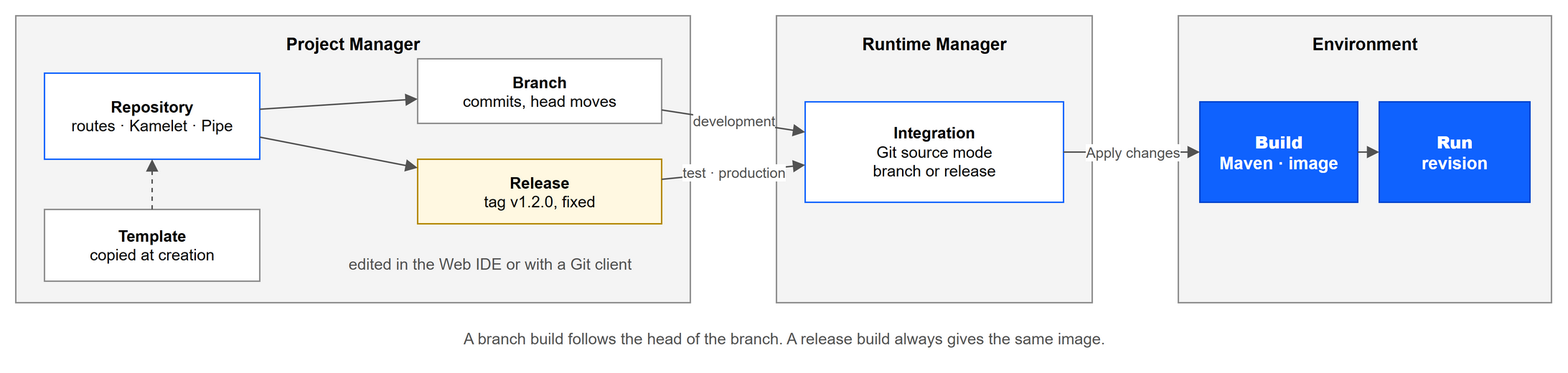
This is static/img/projects/source-to-runtime.drawio.png from cml-x/docs, a draw.io export, as it was before one commit. Source tidied: cells renumbered, new cells last; positions are measured from the earlier drawing's top-left corner, leaving out a move shared by most shapes. The source it was exported from:
```xml
<mxGraphModel>
  <root>
    <mxCell id="0" />
    <mxCell id="1" parent="0" />
    <mxCell id="2" value="Project Manager" style="rounded=0;whiteSpace=wrap;html=1;fillColor=#f4f4f4;strokeColor=#8d8d8d;verticalAlign=top;fontSize=12;fontStyle=1;spacingTop=6;" parent="1" vertex="1">
      <mxGeometry width="470" height="200" as="geometry" />
    </mxCell>
    <mxCell id="3" value="&lt;b&gt;Repository&lt;/b&gt;&lt;br&gt;routes · Kamelet · Pipe" style="rounded=0;whiteSpace=wrap;html=1;fillColor=#ffffff;strokeColor=#0f62fe;fontSize=11;" parent="1" vertex="1">
      <mxGeometry x="20" y="40" width="150" height="60" as="geometry" />
    </mxCell>
    <mxCell id="4" value="&lt;b&gt;Branch&lt;/b&gt;&lt;br&gt;commits, head moves" style="rounded=0;whiteSpace=wrap;html=1;fillColor=#ffffff;strokeColor=#8d8d8d;fontSize=11;" parent="1" vertex="1">
      <mxGeometry x="280" y="30" width="170" height="45" as="geometry" />
    </mxCell>
    <mxCell id="5" value="&lt;b&gt;Release&lt;/b&gt;&lt;br&gt;tag v1.2.0, fixed" style="rounded=0;whiteSpace=wrap;html=1;fillColor=#fff8e1;strokeColor=#b28600;fontSize=11;" parent="1" vertex="1">
      <mxGeometry x="280" y="100" width="170" height="45" as="geometry" />
    </mxCell>
    <mxCell id="6" value="edited in the Web IDE or with a Git client" style="text;html=1;align=center;verticalAlign=middle;fontSize=11;fontColor=#525252;" parent="1" vertex="1">
      <mxGeometry x="200" y="160" width="260" height="26" as="geometry" />
    </mxCell>
    <mxCell id="7" value="&lt;b&gt;Template&lt;/b&gt;&lt;br&gt;copied at creation" style="rounded=0;whiteSpace=wrap;html=1;fillColor=#ffffff;strokeColor=#8d8d8d;fontSize=11;" parent="1" vertex="1">
      <mxGeometry x="20" y="135" width="150" height="50" as="geometry" />
    </mxCell>
    <mxCell id="8" value="Runtime Manager" style="rounded=0;whiteSpace=wrap;html=1;fillColor=#f4f4f4;strokeColor=#8d8d8d;verticalAlign=top;fontSize=12;fontStyle=1;spacingTop=6;" parent="1" vertex="1">
      <mxGeometry x="530" width="220" height="200" as="geometry" />
    </mxCell>
    <mxCell id="9" value="&lt;b&gt;Integration&lt;/b&gt;&lt;br&gt;Git source mode&lt;br&gt;branch or release" style="rounded=0;whiteSpace=wrap;html=1;fillColor=#ffffff;strokeColor=#0f62fe;fontSize=11;" parent="1" vertex="1">
      <mxGeometry x="550" y="60" width="180" height="70" as="geometry" />
    </mxCell>
    <mxCell id="10" value="Environment" style="rounded=0;whiteSpace=wrap;html=1;fillColor=#f4f4f4;strokeColor=#8d8d8d;verticalAlign=top;fontSize=12;fontStyle=1;spacingTop=6;" parent="1" vertex="1">
      <mxGeometry x="810" width="260" height="200" as="geometry" />
    </mxCell>
    <mxCell id="11" value="&lt;b&gt;Build&lt;/b&gt;&lt;br&gt;Maven · image" style="rounded=0;whiteSpace=wrap;html=1;fillColor=#0f62fe;strokeColor=#0043ce;fontColor=#ffffff;fontSize=12;fontStyle=1;" parent="1" vertex="1">
      <mxGeometry x="825" y="60" width="110" height="70" as="geometry" />
    </mxCell>
    <mxCell id="12" value="&lt;b&gt;Run&lt;/b&gt;&lt;br&gt;revision" style="rounded=0;whiteSpace=wrap;html=1;fillColor=#0f62fe;strokeColor=#0043ce;fontColor=#ffffff;fontSize=12;fontStyle=1;" parent="1" vertex="1">
      <mxGeometry x="950" y="60" width="105" height="70" as="geometry" />
    </mxCell>
    <mxCell id="13" style="endArrow=block;html=1;rounded=0;strokeColor=#525252;fontSize=10;fontColor=#525252;labelBackgroundColor=#ffffff;" parent="1" edge="1" source="3" target="4">
      <mxGeometry relative="1" as="geometry" />
    </mxCell>
    <mxCell id="14" style="endArrow=block;html=1;rounded=0;strokeColor=#525252;fontSize=10;fontColor=#525252;labelBackgroundColor=#ffffff;" parent="1" edge="1" source="3" target="5">
      <mxGeometry relative="1" as="geometry" />
    </mxCell>
    <mxCell id="15" style="endArrow=block;html=1;rounded=0;strokeColor=#525252;fontSize=10;fontColor=#525252;labelBackgroundColor=#ffffff;dashed=1;" parent="1" edge="1" source="7" target="3">
      <mxGeometry relative="1" as="geometry" />
    </mxCell>
    <mxCell id="16" value="development" style="endArrow=block;html=1;rounded=0;strokeColor=#525252;fontSize=10;fontColor=#525252;labelBackgroundColor=#ffffff;" parent="1" edge="1" source="4" target="9">
      <mxGeometry relative="1" as="geometry" />
    </mxCell>
    <mxCell id="17" value="test · production" style="endArrow=block;html=1;rounded=0;strokeColor=#525252;fontSize=10;fontColor=#525252;labelBackgroundColor=#ffffff;" parent="1" edge="1" source="5" target="9">
      <mxGeometry relative="1" as="geometry" />
    </mxCell>
    <mxCell id="18" value="Apply changes" style="endArrow=block;html=1;rounded=0;strokeColor=#525252;fontSize=10;fontColor=#525252;labelBackgroundColor=#ffffff;" parent="1" edge="1" source="9" target="11">
      <mxGeometry relative="1" as="geometry" />
    </mxCell>
    <mxCell id="19" style="endArrow=block;html=1;rounded=0;strokeColor=#525252;fontSize=10;fontColor=#525252;labelBackgroundColor=#ffffff;" parent="1" edge="1" source="11" target="12">
      <mxGeometry relative="1" as="geometry" />
    </mxCell>
    <mxCell id="20" value="A branch build follows the head of the branch. A release build always gives the same image." style="text;html=1;align=center;verticalAlign=middle;fontSize=11;fontColor=#525252;" parent="1" vertex="1">
      <mxGeometry y="212" width="1070" height="26" as="geometry" />
    </mxCell>
  </root>
</mxGraphModel>
```
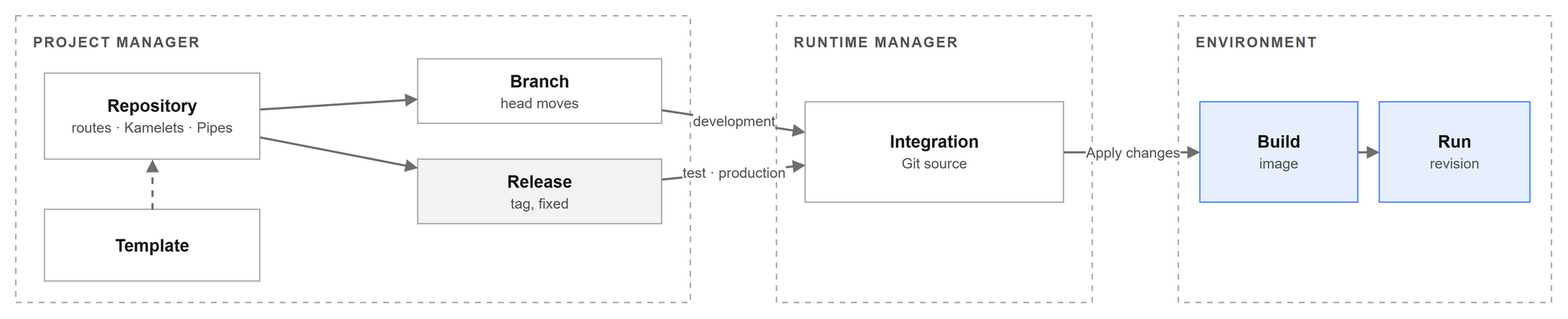
After the commit.

The edit, as a diff of the source:
```diff
@@ -1,63 +1,57 @@
-<mxGraphModel>
+<mxGraphModel background="#FFFFFF">
   <root>
     <mxCell id="0" />
     <mxCell id="1" parent="0" />
-    <mxCell id="2" value="Project Manager" style="rounded=0;whiteSpace=wrap;html=1;fillColor=#f4f4f4;strokeColor=#8d8d8d;verticalAlign=top;fontSize=12;fontStyle=1;spacingTop=6;" parent="1" vertex="1">
+    <mxCell id="2" value="&lt;span style=&quot;font-size:10px;color:#525252;letter-spacing:1px&quot;&gt;&lt;b&gt;PROJECT MANAGER&lt;/b&gt;&lt;/span&gt;" style="rounded=0;whiteSpace=wrap;html=1;strokeWidth=1;fontColor=#161616;fontSize=12;fillColor=none;strokeColor=#A8A8A8;dashed=1;dashPattern=4 4;verticalAlign=top;align=left;spacingLeft=10;spacingTop=4;" parent="1" vertex="1">
       <mxGeometry width="470" height="200" as="geometry" />
     </mxCell>
-    <mxCell id="3" value="&lt;b&gt;Repository&lt;/b&gt;&lt;br&gt;routes · Kamelet · Pipe" style="rounded=0;whiteSpace=wrap;html=1;fillColor=#ffffff;strokeColor=#0f62fe;fontSize=11;" parent="1" vertex="1">
+    <mxCell id="3" value="&lt;b&gt;Repository&lt;/b&gt;&lt;br&gt;&lt;span style=&quot;font-size:10px;color:#525252&quot;&gt;routes · Kamelets · Pipes&lt;/span&gt;" style="rounded=0;whiteSpace=wrap;html=1;strokeWidth=1;fontColor=#161616;fontSize=12;fillColor=none;strokeColor=#8D8D8D;strokeOpacity=70;" parent="1" vertex="1">
       <mxGeometry x="20" y="40" width="150" height="60" as="geometry" />
     </mxCell>
-    <mxCell id="4" value="&lt;b&gt;Branch&lt;/b&gt;&lt;br&gt;commits, head moves" style="rounded=0;whiteSpace=wrap;html=1;fillColor=#ffffff;strokeColor=#8d8d8d;fontSize=11;" parent="1" vertex="1">
+    <mxCell id="4" value="&lt;b&gt;Branch&lt;/b&gt;&lt;br&gt;&lt;span style=&quot;font-size:10px;color:#525252&quot;&gt;head moves&lt;/span&gt;" style="rounded=0;whiteSpace=wrap;html=1;strokeWidth=1;fontColor=#161616;fontSize=12;fillColor=none;strokeColor=#8D8D8D;strokeOpacity=70;" parent="1" vertex="1">
       <mxGeometry x="280" y="30" width="170" height="45" as="geometry" />
     </mxCell>
-    <mxCell id="5" value="&lt;b&gt;Release&lt;/b&gt;&lt;br&gt;tag v1.2.0, fixed" style="rounded=0;whiteSpace=wrap;html=1;fillColor=#fff8e1;strokeColor=#b28600;fontSize=11;" parent="1" vertex="1">
+    <mxCell id="5" value="&lt;b&gt;Release&lt;/b&gt;&lt;br&gt;&lt;span style=&quot;font-size:10px;color:#525252&quot;&gt;tag, fixed&lt;/span&gt;" style="rounded=0;whiteSpace=wrap;html=1;strokeWidth=1;fontColor=#161616;fontSize=12;fillColor=#161616;fillOpacity=5;strokeColor=#8D8D8D;strokeOpacity=70;" parent="1" vertex="1">
       <mxGeometry x="280" y="100" width="170" height="45" as="geometry" />
     </mxCell>
-    <mxCell id="6" value="edited in the Web IDE or with a Git client" style="text;html=1;align=center;verticalAlign=middle;fontSize=11;fontColor=#525252;" parent="1" vertex="1">
-      <mxGeometry x="200" y="160" width="260" height="26" as="geometry" />
-    </mxCell>
-    <mxCell id="7" value="&lt;b&gt;Template&lt;/b&gt;&lt;br&gt;copied at creation" style="rounded=0;whiteSpace=wrap;html=1;fillColor=#ffffff;strokeColor=#8d8d8d;fontSize=11;" parent="1" vertex="1">
+    <mxCell id="7" value="&lt;b&gt;Template&lt;/b&gt;" style="rounded=0;whiteSpace=wrap;html=1;strokeWidth=1;fontColor=#161616;fontSize=12;fillColor=none;strokeColor=#8D8D8D;strokeOpacity=70;" parent="1" vertex="1">
       <mxGeometry x="20" y="135" width="150" height="50" as="geometry" />
     </mxCell>
-    <mxCell id="8" value="Runtime Manager" style="rounded=0;whiteSpace=wrap;html=1;fillColor=#f4f4f4;strokeColor=#8d8d8d;verticalAlign=top;fontSize=12;fontStyle=1;spacingTop=6;" parent="1" vertex="1">
+    <mxCell id="8" value="&lt;span style=&quot;font-size:10px;color:#525252;letter-spacing:1px&quot;&gt;&lt;b&gt;RUNTIME MANAGER&lt;/b&gt;&lt;/span&gt;" style="rounded=0;whiteSpace=wrap;html=1;strokeWidth=1;fontColor=#161616;fontSize=12;fillColor=none;strokeColor=#A8A8A8;dashed=1;dashPattern=4 4;verticalAlign=top;align=left;spacingLeft=10;spacingTop=4;" parent="1" vertex="1">
       <mxGeometry x="530" width="220" height="200" as="geometry" />
     </mxCell>
-    <mxCell id="9" value="&lt;b&gt;Integration&lt;/b&gt;&lt;br&gt;Git source mode&lt;br&gt;branch or release" style="rounded=0;whiteSpace=wrap;html=1;fillColor=#ffffff;strokeColor=#0f62fe;fontSize=11;" parent="1" vertex="1">
+    <mxCell id="9" value="&lt;b&gt;Integration&lt;/b&gt;&lt;br&gt;&lt;span style=&quot;font-size:10px;color:#525252&quot;&gt;Git source&lt;/span&gt;" style="rounded=0;whiteSpace=wrap;html=1;strokeWidth=1;fontColor=#161616;fontSize=12;fillColor=none;strokeColor=#8D8D8D;strokeOpacity=70;" parent="1" vertex="1">
       <mxGeometry x="550" y="60" width="180" height="70" as="geometry" />
     </mxCell>
-    <mxCell id="10" value="Environment" style="rounded=0;whiteSpace=wrap;html=1;fillColor=#f4f4f4;strokeColor=#8d8d8d;verticalAlign=top;fontSize=12;fontStyle=1;spacingTop=6;" parent="1" vertex="1">
+    <mxCell id="10" value="&lt;span style=&quot;font-size:10px;color:#525252;letter-spacing:1px&quot;&gt;&lt;b&gt;ENVIRONMENT&lt;/b&gt;&lt;/span&gt;" style="rounded=0;whiteSpace=wrap;html=1;strokeWidth=1;fontColor=#161616;fontSize=12;fillColor=none;strokeColor=#A8A8A8;dashed=1;dashPattern=4 4;verticalAlign=top;align=left;spacingLeft=10;spacingTop=4;" parent="1" vertex="1">
       <mxGeometry x="810" width="260" height="200" as="geometry" />
     </mxCell>
-    <mxCell id="11" value="&lt;b&gt;Build&lt;/b&gt;&lt;br&gt;Maven · image" style="rounded=0;whiteSpace=wrap;html=1;fillColor=#0f62fe;strokeColor=#0043ce;fontColor=#ffffff;fontSize=12;fontStyle=1;" parent="1" vertex="1">
+    <mxCell id="11" value="&lt;b&gt;Build&lt;/b&gt;&lt;br&gt;&lt;span style=&quot;font-size:10px;color:#525252&quot;&gt;image&lt;/span&gt;" style="rounded=0;whiteSpace=wrap;html=1;strokeWidth=1;fontColor=#161616;fontSize=12;fillColor=#0F62FE;fillOpacity=10;strokeColor=#0F62FE;strokeOpacity=70;" parent="1" vertex="1">
       <mxGeometry x="825" y="60" width="110" height="70" as="geometry" />
     </mxCell>
-    <mxCell id="12" value="&lt;b&gt;Run&lt;/b&gt;&lt;br&gt;revision" style="rounded=0;whiteSpace=wrap;html=1;fillColor=#0f62fe;strokeColor=#0043ce;fontColor=#ffffff;fontSize=12;fontStyle=1;" parent="1" vertex="1">
+    <mxCell id="12" value="&lt;b&gt;Run&lt;/b&gt;&lt;br&gt;&lt;span style=&quot;font-size:10px;color:#525252&quot;&gt;revision&lt;/span&gt;" style="rounded=0;whiteSpace=wrap;html=1;strokeWidth=1;fontColor=#161616;fontSize=12;fillColor=#0F62FE;fillOpacity=10;strokeColor=#0F62FE;strokeOpacity=70;" parent="1" vertex="1">
       <mxGeometry x="950" y="60" width="105" height="70" as="geometry" />
     </mxCell>
-    <mxCell id="13" style="endArrow=block;html=1;rounded=0;strokeColor=#525252;fontSize=10;fontColor=#525252;labelBackgroundColor=#ffffff;" parent="1" edge="1" source="3" target="4">
+    <mxCell id="13" style="endArrow=block;html=1;rounded=0;strokeColor=#6F6F6F;fontSize=10;fontColor=#525252;labelBackgroundColor=#FFFFFF;strokeWidth=1.5;endSize=5;" parent="1" edge="1" source="3" target="4">
       <mxGeometry relative="1" as="geometry" />
     </mxCell>
-    <mxCell id="14" style="endArrow=block;html=1;rounded=0;strokeColor=#525252;fontSize=10;fontColor=#525252;labelBackgroundColor=#ffffff;" parent="1" edge="1" source="3" target="5">
+    <mxCell id="14" style="endArrow=block;html=1;rounded=0;strokeColor=#6F6F6F;fontSize=10;fontColor=#525252;labelBackgroundColor=#FFFFFF;strokeWidth=1.5;endSize=5;" parent="1" edge="1" source="3" target="5">
       <mxGeometry relative="1" as="geometry" />
     </mxCell>
-    <mxCell id="15" style="endArrow=block;html=1;rounded=0;strokeColor=#525252;fontSize=10;fontColor=#525252;labelBackgroundColor=#ffffff;dashed=1;" parent="1" edge="1" source="7" target="3">
+    <mxCell id="15" style="endArrow=block;html=1;rounded=0;strokeColor=#6F6F6F;fontSize=10;fontColor=#525252;labelBackgroundColor=#FFFFFF;dashed=1;strokeWidth=1.5;endSize=5;" parent="1" edge="1" source="7" target="3">
       <mxGeometry relative="1" as="geometry" />
     </mxCell>
-    <mxCell id="16" value="development" style="endArrow=block;html=1;rounded=0;strokeColor=#525252;fontSize=10;fontColor=#525252;labelBackgroundColor=#ffffff;" parent="1" edge="1" source="4" target="9">
+    <mxCell id="16" value="development" style="endArrow=block;html=1;rounded=0;strokeColor=#6F6F6F;fontSize=10;fontColor=#525252;labelBackgroundColor=#FFFFFF;strokeWidth=1.5;endSize=5;" parent="1" edge="1" source="4" target="9">
       <mxGeometry relative="1" as="geometry" />
     </mxCell>
-    <mxCell id="17" value="test · production" style="endArrow=block;html=1;rounded=0;strokeColor=#525252;fontSize=10;fontColor=#525252;labelBackgroundColor=#ffffff;" parent="1" edge="1" source="5" target="9">
+    <mxCell id="17" value="test · production" style="endArrow=block;html=1;rounded=0;strokeColor=#6F6F6F;fontSize=10;fontColor=#525252;labelBackgroundColor=#FFFFFF;strokeWidth=1.5;endSize=5;" parent="1" edge="1" source="5" target="9">
       <mxGeometry relative="1" as="geometry" />
     </mxCell>
-    <mxCell id="18" value="Apply changes" style="endArrow=block;html=1;rounded=0;strokeColor=#525252;fontSize=10;fontColor=#525252;labelBackgroundColor=#ffffff;" parent="1" edge="1" source="9" target="11">
+    <mxCell id="18" value="Apply changes" style="endArrow=block;html=1;rounded=0;strokeColor=#6F6F6F;fontSize=10;fontColor=#525252;labelBackgroundColor=#FFFFFF;strokeWidth=1.5;endSize=5;" parent="1" edge="1" source="9" target="11">
       <mxGeometry relative="1" as="geometry" />
     </mxCell>
-    <mxCell id="19" style="endArrow=block;html=1;rounded=0;strokeColor=#525252;fontSize=10;fontColor=#525252;labelBackgroundColor=#ffffff;" parent="1" edge="1" source="11" target="12">
+    <mxCell id="19" style="endArrow=block;html=1;rounded=0;strokeColor=#6F6F6F;fontSize=10;fontColor=#525252;labelBackgroundColor=#FFFFFF;strokeWidth=1.5;endSize=5;" parent="1" edge="1" source="11" target="12">
       <mxGeometry relative="1" as="geometry" />
     </mxCell>
-    <mxCell id="20" value="A branch build follows the head of the branch. A release build always gives the same image." style="text;html=1;align=center;verticalAlign=middle;fontSize=11;fontColor=#525252;" parent="1" vertex="1">
-      <mxGeometry y="212" width="1070" height="26" as="geometry" />
-    </mxCell>
   </root>
 </mxGraphModel>
```
